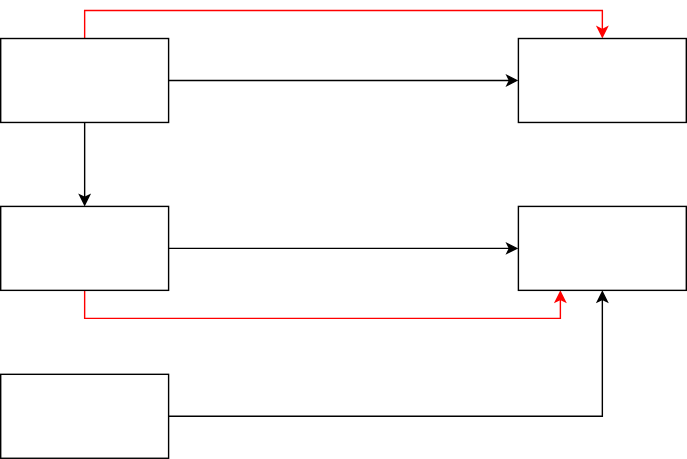
Before: Untitled Diagram.drawio.svg, a diagram exported from draw.io (koshirohashimoto/udacity_cpp_nanodegree). Source tidied: cells renumbered, new cells last; positions are measured from the earlier drawing's top-left corner, leaving out a move shared by most shapes.
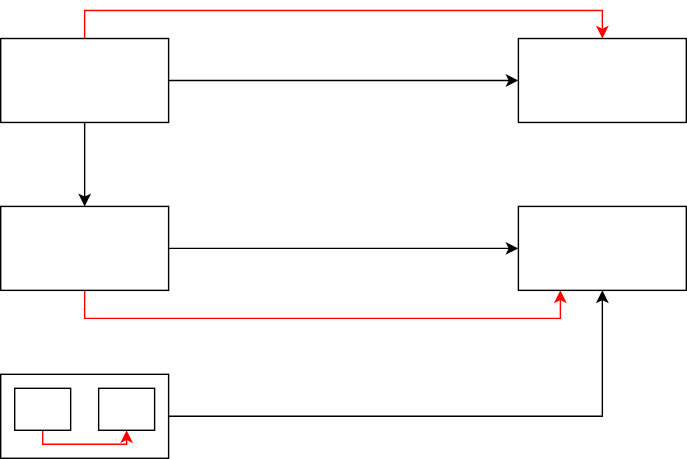
The same file after the commit.

The edit, as a diff of the source:
```diff
@@ -35,5 +35,19 @@
     <mxCell id="12" style="whiteSpace=wrap;html=1;" parent="1" vertex="1">
       <mxGeometry x="370" y="120" width="120" height="60" as="geometry" />
     </mxCell>
+    <mxCell id="13" style="edgeStyle=orthogonalEdgeStyle;rounded=0;jettySize=auto;html=1;exitX=0.5;exitY=1;exitDx=0;exitDy=0;entryX=0.5;entryY=1;entryDx=0;entryDy=0;strokeColor=#FF0000;" parent="1" edge="1" source="14" target="15">
+      <mxGeometry relative="1" as="geometry">
+        <Array as="points">
+          <mxPoint x="30" y="290" />
+          <mxPoint x="90" y="290" />
+        </Array>
+      </mxGeometry>
+    </mxCell>
+    <mxCell id="14" style="whiteSpace=wrap;html=1;" parent="1" vertex="1">
+      <mxGeometry x="10" y="250" width="40" height="30" as="geometry" />
+    </mxCell>
+    <mxCell id="15" style="whiteSpace=wrap;html=1;" parent="1" vertex="1">
+      <mxGeometry x="70" y="250" width="40" height="30" as="geometry" />
+    </mxCell>
   </root>
 </mxGraphModel>
```
